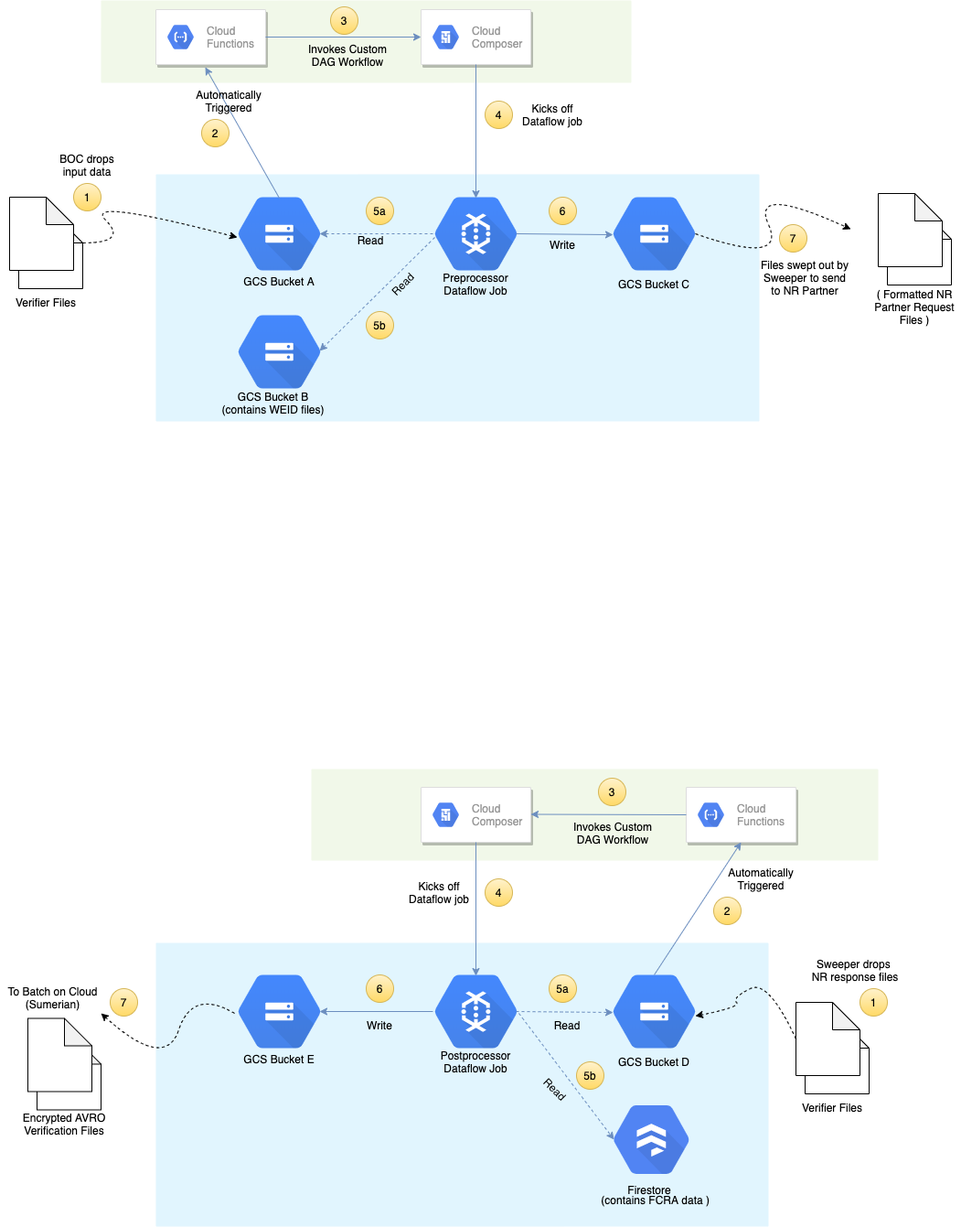
Before: Untitled Diagram.png, a diagram exported from draw.io (faeezshaikhefx/faeezshaikhefx). Source tidied: cells renumbered, new cells last; positions are measured from the earlier drawing's top-left corner, leaving out a move shared by most shapes.
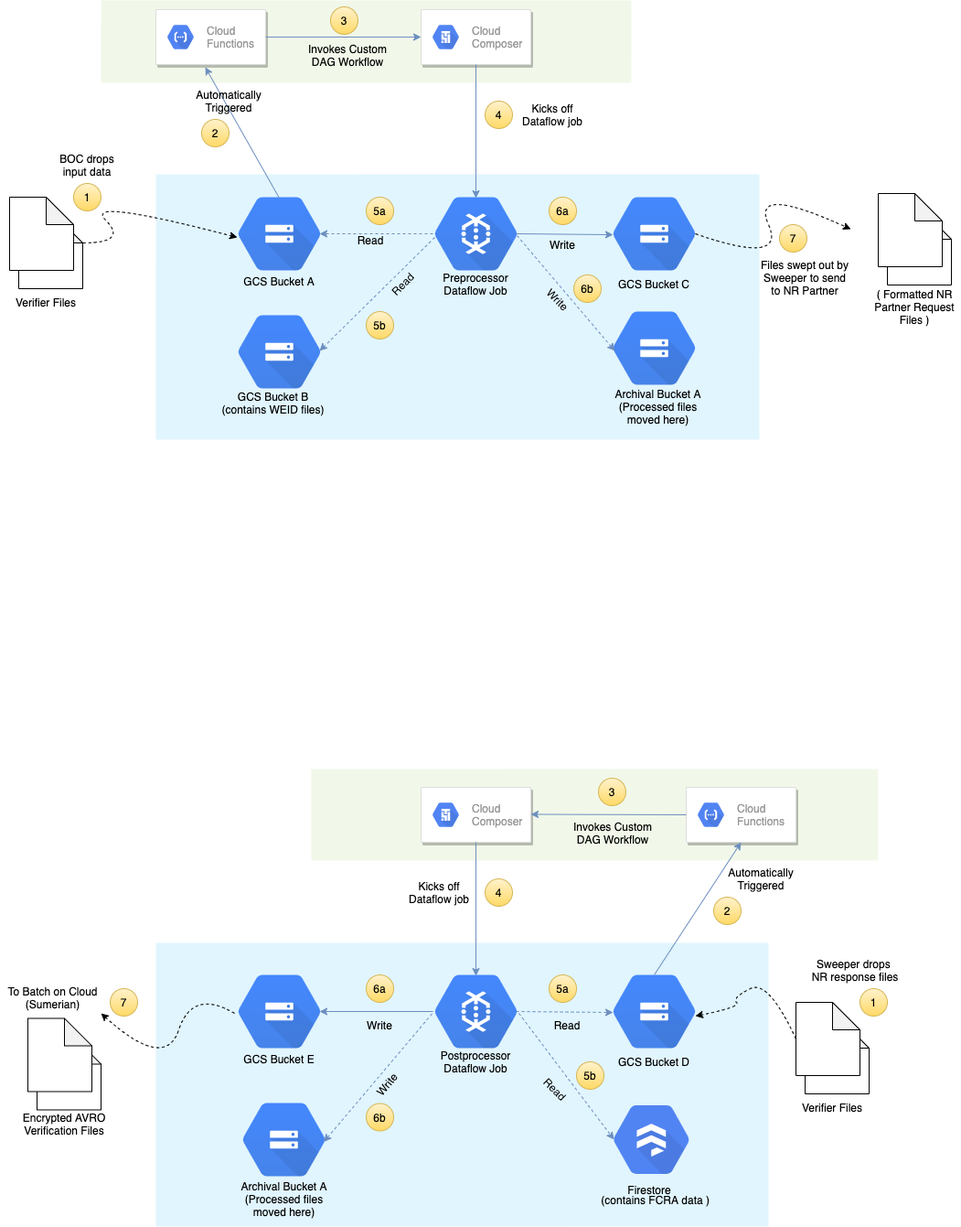
The same file after the commit.

Change to the diagram source:
```diff
@@ -3,7 +3,7 @@
     <mxCell id="0" />
     <mxCell id="1" parent="0" />
     <mxCell id="2" style="rounded=1;absoluteArcSize=1;arcSize=2;html=1;strokeColor=none;gradientColor=none;shadow=0;dashed=0;fontSize=12;fontColor=#9E9E9E;align=left;verticalAlign=top;spacing=10;spacingTop=-4;fillColor=#E1F5FE;" parent="1" vertex="1">
-      <mxGeometry x="170" y="190" width="660" height="270" as="geometry" />
+      <mxGeometry x="170" y="190" width="660" height="290" as="geometry" />
     </mxCell>
     <mxCell id="3" style="rounded=1;absoluteArcSize=1;arcSize=2;html=1;strokeColor=none;gradientColor=none;shadow=0;dashed=0;fontSize=12;fontColor=#9E9E9E;align=left;verticalAlign=top;spacing=10;spacingTop=-4;fillColor=#F1F8E9;" parent="1" vertex="1">
       <mxGeometry x="110" width="580" height="90" as="geometry" />
@@ -80,7 +80,7 @@
     <mxCell id="23" value="5a" style="ellipse;whiteSpace=wrap;html=1;fillColor=#fff2cc;strokeColor=#d6b656;gradientColor=#ffd966;" parent="1" vertex="1">
       <mxGeometry x="400" y="215" width="30" height="30" as="geometry" />
     </mxCell>
-    <mxCell id="24" value="6" style="ellipse;whiteSpace=wrap;html=1;fillColor=#fff2cc;strokeColor=#d6b656;gradientColor=#ffd966;" parent="1" vertex="1">
+    <mxCell id="24" value="6a" style="ellipse;whiteSpace=wrap;html=1;fillColor=#fff2cc;strokeColor=#d6b656;gradientColor=#ffd966;" parent="1" vertex="1">
       <mxGeometry x="600" y="215" width="30" height="30" as="geometry" />
     </mxCell>
     <mxCell id="25" style="shape=mxgraph.gcp.storage_databases.cloud_storage;html=1;fillColor=#4387FD;gradientColor=#4683EA;strokeColor=none;verticalLabelPosition=bottom;verticalAlign=top;align=center;" parent="1" vertex="1">
@@ -155,7 +155,7 @@
     <mxCell id="46" value="4" style="ellipse;whiteSpace=wrap;html=1;gradientColor=#ffd966;fillColor=#fff2cc;strokeColor=#d6b656;" parent="1" vertex="1">
       <mxGeometry x="530" y="960" width="30" height="30" as="geometry" />
     </mxCell>
-    <mxCell id="47" value="6" style="ellipse;whiteSpace=wrap;html=1;gradientColor=#ffd966;fillColor=#fff2cc;strokeColor=#d6b656;" parent="1" vertex="1">
+    <mxCell id="47" value="6a" style="ellipse;whiteSpace=wrap;html=1;gradientColor=#ffd966;fillColor=#fff2cc;strokeColor=#d6b656;" parent="1" vertex="1">
       <mxGeometry x="400" y="1065" width="30" height="30" as="geometry" />
     </mxCell>
     <mxCell id="48" value="5a" style="ellipse;whiteSpace=wrap;html=1;gradientColor=#ffd966;fillColor=#fff2cc;strokeColor=#d6b656;" parent="1" vertex="1">
@@ -310,5 +310,38 @@
     <mxCell id="90" value="Kicks off&lt;br&gt;Dataflow job" style="text;html=1;strokeColor=none;fillColor=none;align=center;verticalAlign=middle;whiteSpace=wrap;rounded=0;rotation=0;" parent="1" vertex="1">
       <mxGeometry x="430" y="965" width="100" height="20" as="geometry" />
     </mxCell>
+    <mxCell id="91" style="shape=mxgraph.gcp.storage_databases.cloud_storage;html=1;fillColor=#4387FD;gradientColor=#4683EA;strokeColor=none;verticalLabelPosition=bottom;verticalAlign=top;align=center;" parent="1" vertex="1">
+      <mxGeometry x="670" y="340" width="90" height="80" as="geometry" />
+    </mxCell>
+    <mxCell id="92" style="endArrow=classic;html=1;dashed=1;fontColor=#000000;exitX=0;exitY=0;exitDx=0;exitDy=0;entryX=0.022;entryY=0.538;entryDx=0;entryDy=0;entryPerimeter=0;fillColor=#dae8fc;strokeColor=#6c8ebf;" parent="1" edge="1" source="56" target="91">
+      <mxGeometry relative="1" as="geometry" />
+    </mxCell>
+    <mxCell id="93" value="Write" style="text;html=1;strokeColor=none;fillColor=none;align=center;verticalAlign=middle;whiteSpace=wrap;rounded=0;rotation=45;" parent="1" vertex="1">
+      <mxGeometry x="560" y="317" width="100" height="20" as="geometry" />
+    </mxCell>
+    <mxCell id="94" value="6b" style="ellipse;whiteSpace=wrap;html=1;fillColor=#fff2cc;strokeColor=#d6b656;gradientColor=#ffd966;" parent="1" vertex="1">
+      <mxGeometry x="627" y="300" width="30" height="30" as="geometry" />
+    </mxCell>
+    <mxCell id="95" value="Archival Bucket A&lt;br&gt;(Processed files moved here)" style="text;html=1;strokeColor=none;fillColor=none;align=center;verticalAlign=middle;whiteSpace=wrap;rounded=0;" parent="1" vertex="1">
+      <mxGeometry x="657" y="434" width="125" height="20" as="geometry" />
+    </mxCell>
+    <mxCell id="96" style="group;" parent="1" vertex="1">
+      <mxGeometry x="350" y="250" width="30" height="170" as="geometry" />
+    </mxCell>
+    <mxCell id="97" style="shape=mxgraph.gcp.storage_databases.cloud_storage;html=1;fillColor=#4387FD;gradientColor=#4683EA;strokeColor=none;verticalLabelPosition=bottom;verticalAlign=top;align=center;" parent="1" vertex="1">
+      <mxGeometry x="265" y="1205" width="90" height="80" as="geometry" />
+    </mxCell>
+    <mxCell id="98" value="Archival Bucket A&lt;br&gt;(Processed files moved here)" style="text;html=1;strokeColor=none;fillColor=none;align=center;verticalAlign=middle;whiteSpace=wrap;rounded=0;" parent="1" vertex="1">
+      <mxGeometry x="247.5" y="1300" width="125" height="20" as="geometry" />
+    </mxCell>
+    <mxCell id="99" style="endArrow=classic;html=1;entryX=0.985;entryY=0.531;entryDx=0;entryDy=0;entryPerimeter=0;fillColor=#dae8fc;strokeColor=#6c8ebf;dashed=1;exitX=-0.033;exitY=0.531;exitDx=0;exitDy=0;exitPerimeter=0;" parent="1" edge="1" source="40" target="97">
+      <mxGeometry relative="1" as="geometry" />
+    </mxCell>
+    <mxCell id="100" value="Write" style="text;html=1;strokeColor=none;fillColor=none;align=center;verticalAlign=middle;whiteSpace=wrap;rounded=0;rotation=-50;" parent="1" vertex="1">
+      <mxGeometry x="372.5" y="1175" width="100" height="20" as="geometry" />
+    </mxCell>
+    <mxCell id="101" value="6b" style="ellipse;whiteSpace=wrap;html=1;gradientColor=#ffd966;fillColor=#fff2cc;strokeColor=#d6b656;" parent="1" vertex="1">
+      <mxGeometry x="400" y="1205.5" width="30" height="30" as="geometry" />
+    </mxCell>
   </root>
 </mxGraphModel>
```
